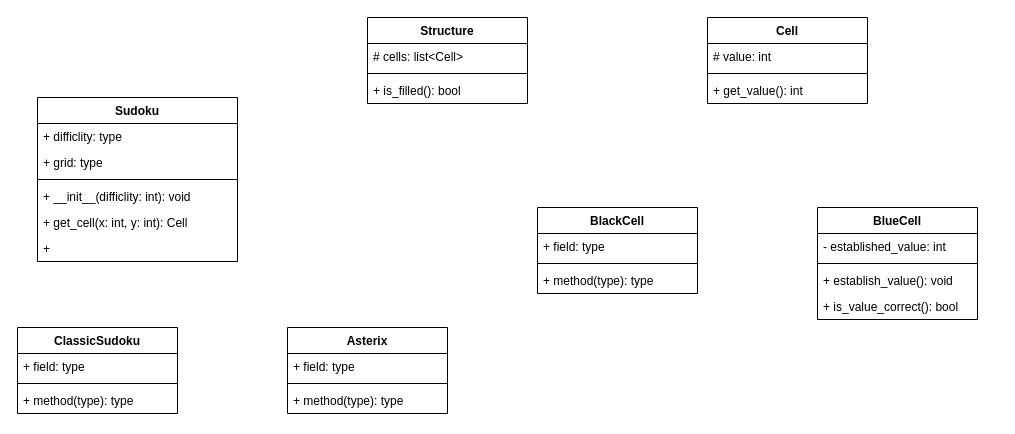
Above: tdpp_project.drawio in v-tempe/draw.io (draw.io), before the change. Source tidied: cells renumbered, new cells numbered last; positions are measured from the earlier drawing's top-left corner, leaving out a move shared by most shapes. Both pictures are drawn from the tidied source at 100%, with x=0, y=0 at pixel (17, 17).
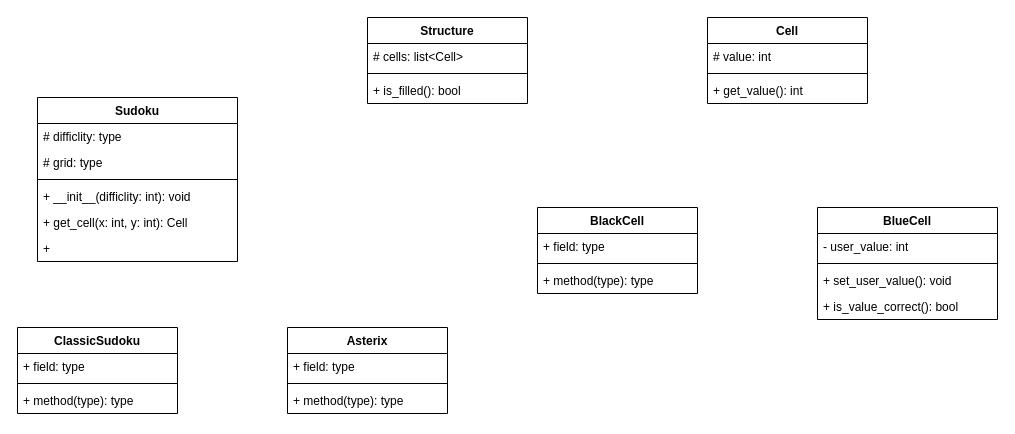
The same page after the edit.

The change refers to these unchanged cells:
```xml
<mxCell id="2" value="Sudoku" style="swimlane;fontStyle=1;align=center;verticalAlign=top;horizontal=1;startSize=26;whiteSpace=wrap;html=1;" parent="1" vertex="1">
  <mxGeometry x="20" y="80" width="200" height="164" as="geometry" />
</mxCell>
```

The edit, as a diff of the source:
```diff
@@
-    <mxCell id="3" value="+ difficlity: type" style="text;strokeColor=none;fillColor=none;align=left;verticalAlign=top;spacingLeft=4;spacingRight=4;overflow=hidden;whiteSpace=wrap;html=1;" parent="2" vertex="1">
+    <mxCell id="3" value="# difficlity: type" style="text;strokeColor=none;fillColor=none;align=left;verticalAlign=top;spacingLeft=4;spacingRight=4;overflow=hidden;whiteSpace=wrap;html=1;" parent="2" vertex="1">
       <mxGeometry y="26" width="200" height="26" as="geometry" />
     </mxCell>
-    <mxCell id="4" value="+ grid: type" style="text;strokeColor=none;fillColor=none;align=left;verticalAlign=top;spacingLeft=4;spacingRight=4;overflow=hidden;whiteSpace=wrap;html=1;" parent="2" vertex="1">
+    <mxCell id="4" value="# grid: type" style="text;strokeColor=none;fillColor=none;align=left;verticalAlign=top;spacingLeft=4;spacingRight=4;overflow=hidden;whiteSpace=wrap;html=1;" parent="2" vertex="1">
       <mxGeometry y="52" width="200" height="26" as="geometry" />
     </mxCell>
@@
     <mxCell id="13" value="BlueCell" style="swimlane;fontStyle=1;align=center;verticalAlign=top;horizontal=1;startSize=26;whiteSpace=wrap;html=1;" parent="1" vertex="1">
-      <mxGeometry x="800" y="190" width="160" height="112" as="geometry" />
+      <mxGeometry x="800" y="190" width="180" height="112" as="geometry" />
     </mxCell>
-    <mxCell id="14" value="- established_value: int" style="text;strokeColor=none;fillColor=none;align=left;verticalAlign=top;spacingLeft=4;spacingRight=4;overflow=hidden;whiteSpace=wrap;html=1;" parent="13" vertex="1">
-      <mxGeometry y="26" width="160" height="26" as="geometry" />
+    <mxCell id="14" value="- user_value: int" style="text;strokeColor=none;fillColor=none;align=left;verticalAlign=top;spacingLeft=4;spacingRight=4;overflow=hidden;whiteSpace=wrap;html=1;" parent="13" vertex="1">
+      <mxGeometry y="26" width="180" height="26" as="geometry" />
     </mxCell>
     <mxCell id="15" style="line;strokeWidth=1;fillColor=none;align=left;verticalAlign=middle;spacingTop=-1;spacingLeft=3;spacingRight=3;labelPosition=right;strokeColor=inherit;" parent="13" vertex="1">
-      <mxGeometry y="52" width="160" height="8" as="geometry" />
+      <mxGeometry y="52" width="180" height="8" as="geometry" />
     </mxCell>
-    <mxCell id="16" value="+ establish_value(): void" style="text;strokeColor=none;fillColor=none;align=left;verticalAlign=top;spacingLeft=4;spacingRight=4;overflow=hidden;whiteSpace=wrap;html=1;" parent="13" vertex="1">
-      <mxGeometry y="60" width="160" height="26" as="geometry" />
+    <mxCell id="16" value="+ set_user_value(): void" style="text;strokeColor=none;fillColor=none;align=left;verticalAlign=top;spacingLeft=4;spacingRight=4;overflow=hidden;whiteSpace=wrap;html=1;" parent="13" vertex="1">
+      <mxGeometry y="60" width="180" height="26" as="geometry" />
     </mxCell>
     <mxCell id="17" value="+ is_value_correct(): bool" style="text;strokeColor=none;fillColor=none;align=left;verticalAlign=top;spacingLeft=4;spacingRight=4;overflow=hidden;whiteSpace=wrap;html=1;" parent="13" vertex="1">
-      <mxGeometry y="86" width="160" height="26" as="geometry" />
+      <mxGeometry y="86" width="180" height="26" as="geometry" />
     </mxCell>
```
